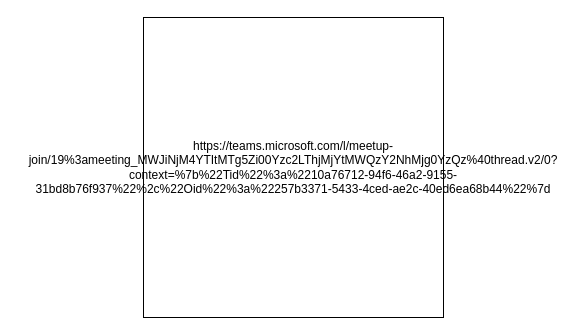
Before: Diagrama sin título.drawio in rgil93/Prueba, a draw.io diagram. Source tidied: cells renumbered, new cells numbered last; positions are measured from the earlier drawing's top-left corner, leaving out a move shared by most shapes. Both pictures are drawn from the tidied source at 100%, with x=0, y=0 at pixel (143, 17).
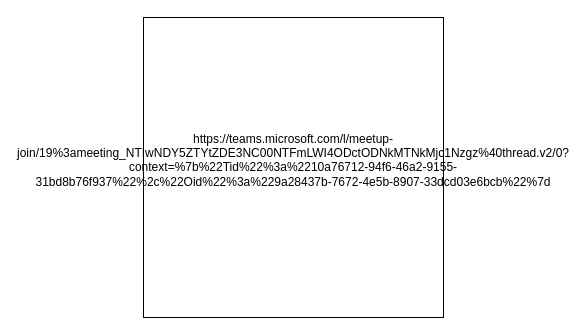
Above is the later version.

Diff of the diagram source:
```diff
@@
 <mxGraphModel>
   <root>
     <mxCell id="0" />
     <mxCell id="1" parent="0" />
-    <mxCell id="2" value="https://teams.microsoft.com/l/meetup-join/19%3ameeting_MWJiNjM4YTItMTg5Zi00Yzc2LThjMjYtMWQzY2NhMjg0YzQz%40thread.v2/0?context=%7b%22Tid%22%3a%2210a76712-94f6-46a2-9155-31bd8b76f937%22%2c%22Oid%22%3a%22257b3371-5433-4ced-ae2c-40ed6ea68b44%22%7d" style="whiteSpace=wrap;html=1;" parent="1" vertex="1">
+    <mxCell id="2" value="https://teams.microsoft.com/l/meetup-join/19%3ameeting_NTIwNDY5ZTYtZDE3NC00NTFmLWI4ODctODNkMTNkMjc1Nzgz%40thread.v2/0?context=%7b%22Tid%22%3a%2210a76712-94f6-46a2-9155-31bd8b76f937%22%2c%22Oid%22%3a%229a28437b-7672-4e5b-8907-33dcd03e6bcb%22%7d&lt;div&gt;&lt;br&gt;&lt;/div&gt;" style="whiteSpace=wrap;html=1;" parent="1" vertex="1">
       <mxGeometry width="300" height="300" as="geometry" />
     </mxCell>
   </root>
 </mxGraphModel>
```
